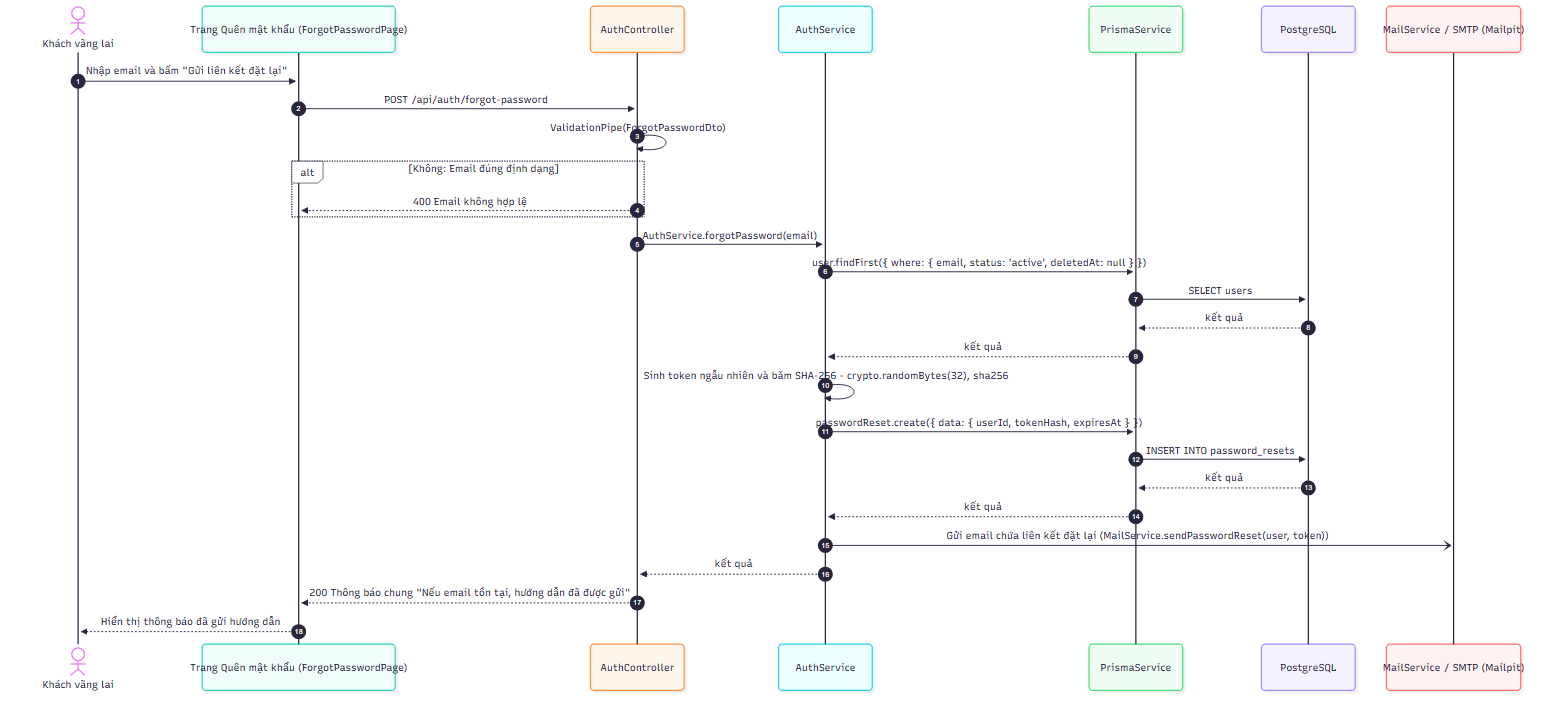
Above: docs/diagrams/png/sequence_UC-AUTH-05_quen-mat-khau-yeu-cau-dat-lai.png in 2431540234-arch/XDUDTMDT (Mermaid), before the change. Its source is kept beside it as docs/diagrams/src/sequence_UC-AUTH-05_quen-mat-khau-yeu-cau-dat-lai.mmd.
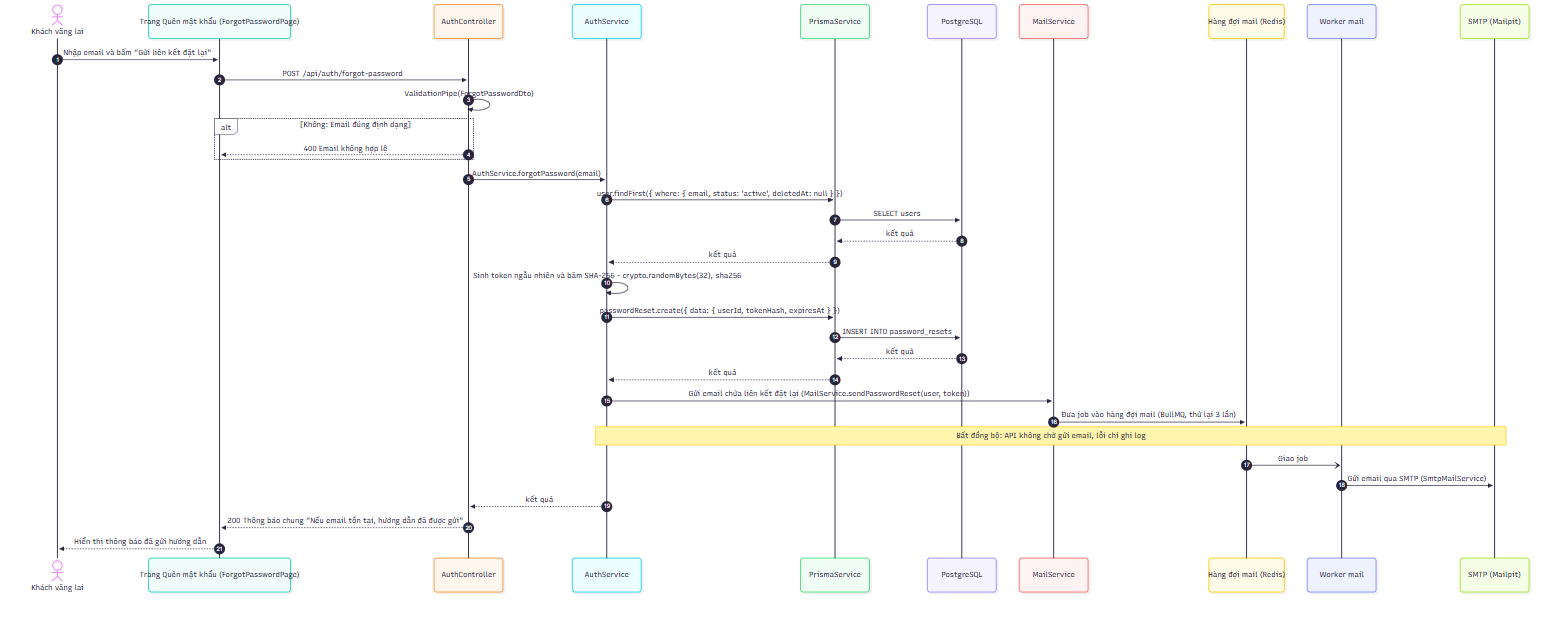
Above is the later version.

What changed in the source:
```diff
@@ -6,7 +6,10 @@
     participant S as AuthService
     participant P as PrismaService
     participant D as PostgreSQL
-    participant W as MailService / SMTP (Mailpit)
+    participant M as MailService
+    participant Q as Hàng đợi mail (Redis)
+    participant K as Worker mail
+    participant E as SMTP (Mailpit)
     A->>FE: Nhập email và bấm "Gửi liên kết đặt lại"
     FE->>C: POST /api/auth/forgot-password
     C->>C: ValidationPipe(ForgotPasswordDto)
@@ -23,7 +26,11 @@
     P->>D: INSERT INTO password_resets
     D-->>P: kết quả
     P-->>S: kết quả
-    S-)W: Gửi email chứa liên kết đặt lại (MailService.sendPasswordReset(user, token))
+    S->>M: Gửi email chứa liên kết đặt lại (MailService.sendPasswordReset(user, token))
+    M->>Q: Đưa job vào hàng đợi mail (BullMQ, thử lại 3 lần)
+    Note over S,E: Bất đồng bộ: API không chờ gửi email, lỗi chỉ ghi log
+    Q-)K: Giao job
+    K->>E: Gửi email qua SMTP (SmtpMailService)
     S-->>C: kết quả
     C-->>FE: 200 Thông báo chung "Nếu email tồn tại, hướng dẫn đã được gửi"
     FE-->>A: Hiển thị thông báo đã gửi hướng dẫn
```
